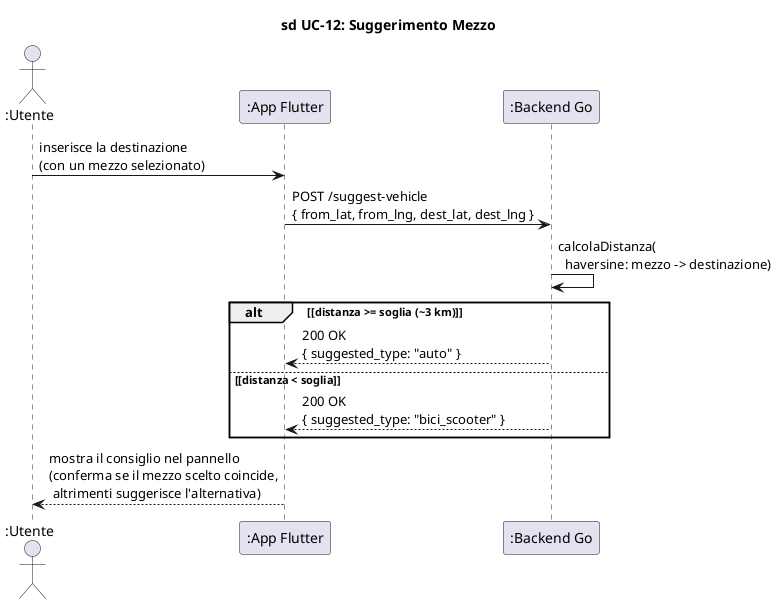
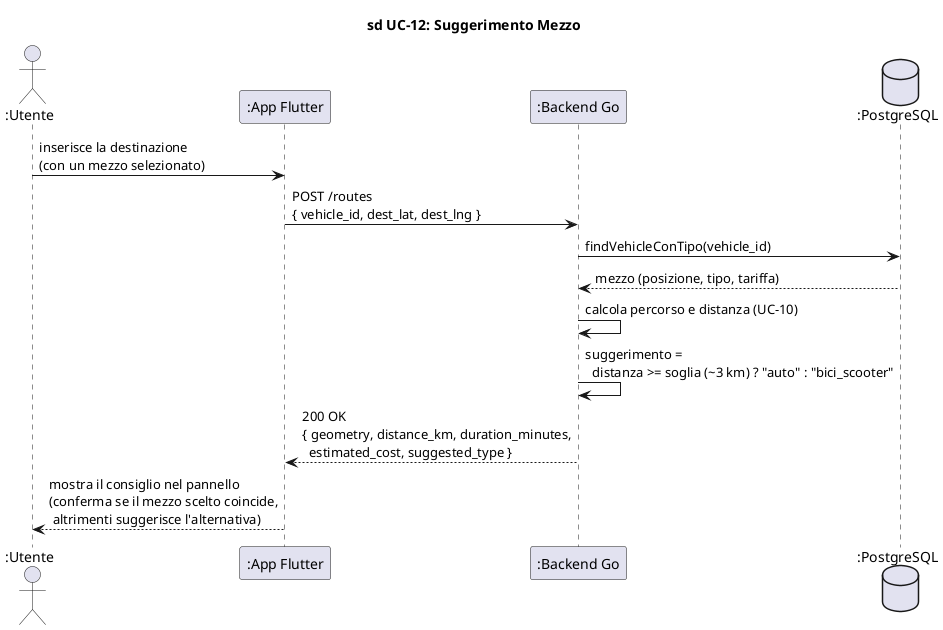
@startuml sd_UC12_SuggerimentoMezzo

title sd UC-12: Suggerimento Mezzo

skinparam hyperlinkColor black
skinparam hyperlinkUnderline false

actor ":Utente" as Utente
participant ":App Flutter" as App
participant ":Backend Go" as Backend
+ database ":PostgreSQL" as DB

Utente -> App : inserisce la destinazione\n(con un mezzo selezionato)

- App -> Backend : POST /suggest-vehicle\n{ from_lat, from_lng, dest_lat, dest_lng }
+ App -> Backend : POST /routes\n{ vehicle_id, dest_lat, dest_lng }

- Backend -> Backend : calcolaDistanza(\n  haversine: mezzo -> destinazione)
+ Backend -> DB : findVehicleConTipo(vehicle_id)
+ DB --> Backend : mezzo (posizione, tipo, tariffa)

- alt ~[distanza >= soglia (~3 km)~]
-     Backend --> App : 200 OK\n{ suggested_type: "auto" }
- else ~[distanza < soglia~]
-     Backend --> App : 200 OK\n{ suggested_type: "bici_scooter" }
- end
+ Backend -> Backend : calcola percorso e distanza (UC-10)
+ 
+ Backend -> Backend : suggerimento =\n  distanza >= soglia (~3 km) ? "auto" : "bici_scooter"
+ 
+ Backend --> App : 200 OK\n{ geometry, distance_km, duration_minutes,\n  estimated_cost, suggested_type }

App --> Utente : mostra il consiglio nel pannello\n(conferma se il mezzo scelto coincide,\n altrimenti suggerisce l'alternativa)

@enduml
